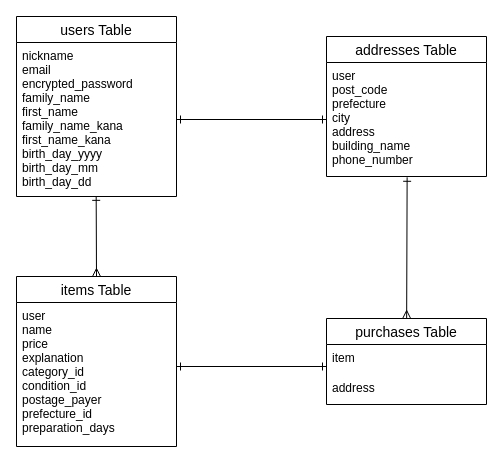
Above: app.dio in chiaki-taro/furima-40363 (draw.io), before the change. Source tidied: cells renumbered, new cells numbered last; positions are measured from the earlier drawing's top-left corner, leaving out a move shared by most shapes. Both pictures are drawn from the tidied source at 100%, with x=0, y=0 at pixel (16, 16).
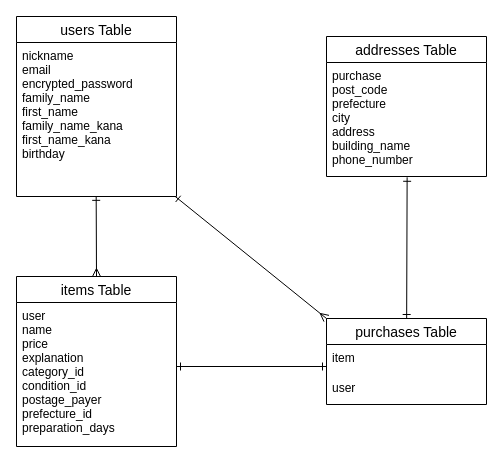
After the change.

The edit, as a diff of the source:
```diff
@@
 <mxGraphModel>
   <root>
     <mxCell id="0" />
     <mxCell id="1" parent="0" />
     <mxCell id="2" value="users Table" style="swimlane;fontStyle=0;horizontal=1;startSize=26;align=center;fontSize=14;" parent="1" vertex="1">
       <mxGeometry width="160" height="180" as="geometry" />
     </mxCell>
-    <mxCell id="3" value="nickname&#10;email&#10;encrypted_password&#10;family_name&#10;first_name&#10;family_name_kana&#10;first_name_kana&#10;birth_day_yyyy&#10;birth_day_mm&#10;birth_day_dd&#10;&#10;" style="text;strokeColor=none;fillColor=none;spacingLeft=4;spacingRight=4;overflow=hidden;points=[[0,0.5],[1,0.5]];portConstraint=eastwest;fontSize=12;" parent="2" vertex="1">
+    <mxCell id="3" value="nickname&#10;email&#10;encrypted_password&#10;family_name&#10;first_name&#10;family_name_kana&#10;first_name_kana&#10;birthday&#10;" style="text;strokeColor=none;fillColor=none;spacingLeft=4;spacingRight=4;overflow=hidden;points=[[0,0.5],[1,0.5]];portConstraint=eastwest;fontSize=12;" parent="2" vertex="1">
       <mxGeometry y="26" width="160" height="154" as="geometry" />
     </mxCell>
     <mxCell id="4" style="edgeStyle=none;html=1;endArrow=ERone;endFill=0;entryX=0.498;entryY=0.999;entryDx=0;entryDy=0;entryPerimeter=0;startArrow=ERmany;startFill=0;" parent="1" edge="1" target="3">
       <mxGeometry relative="1" as="geometry">
         <mxPoint x="80" y="260" as="sourcePoint" />
       </mxGeometry>
     </mxCell>
     <mxCell id="5" value="items Table" style="swimlane;fontStyle=0;horizontal=1;startSize=26;align=center;fontSize=14;" parent="1" vertex="1">
       <mxGeometry y="260" width="160" height="170" as="geometry" />
     </mxCell>
     <mxCell id="6" value="user&#10;name&#10;price&#10;explanation&#10;category_id&#10;condition_id&#10;postage_payer&#10;prefecture_id&#10;preparation_days&#10;" style="text;strokeColor=none;fillColor=none;spacingLeft=4;spacingRight=4;overflow=hidden;fontSize=12;rounded=1;" parent="5" vertex="1">
       <mxGeometry y="26" width="160" height="144" as="geometry" />
     </mxCell>
     <mxCell id="7" value="addresses Table" style="swimlane;fontStyle=0;horizontal=1;startSize=26;align=center;fontSize=14;rounded=0;" parent="1" vertex="1">
       <mxGeometry x="310" y="20" width="160" height="140" as="geometry" />
     </mxCell>
-    <mxCell id="8" value="user&#10;post_code&#10;prefecture&#10;city&#10;address&#10;building_name&#10;phone_number&#10;&#10;&#10;&#10;" style="text;strokeColor=none;fillColor=none;spacingLeft=4;spacingRight=4;overflow=hidden;points=[[0,0.5],[1,0.5]];portConstraint=eastwest;fontSize=12;rounded=1;" parent="7" vertex="1">
+    <mxCell id="8" value="purchase&#10;post_code&#10;prefecture&#10;city&#10;address&#10;building_name&#10;phone_number&#10;&#10;&#10;&#10;" style="text;strokeColor=none;fillColor=none;spacingLeft=4;spacingRight=4;overflow=hidden;points=[[0,0.5],[1,0.5]];portConstraint=eastwest;fontSize=12;rounded=1;" parent="7" vertex="1">
       <mxGeometry y="26" width="160" height="114" as="geometry" />
     </mxCell>
-    <mxCell id="9" style="edgeStyle=none;html=1;entryX=0.504;entryY=1.007;entryDx=0;entryDy=0;entryPerimeter=0;startArrow=ERmany;startFill=0;endArrow=ERone;endFill=0;" parent="1" edge="1" source="10" target="8">
+    <mxCell id="9" style="edgeStyle=none;html=1;entryX=0.504;entryY=1.007;entryDx=0;entryDy=0;entryPerimeter=0;startArrow=ERone;startFill=0;endArrow=ERone;endFill=0;" parent="1" edge="1" source="10" target="8">
       <mxGeometry relative="1" as="geometry" />
     </mxCell>
     <mxCell id="10" value="purchases Table" style="swimlane;fontStyle=0;horizontal=1;startSize=26;align=center;fontSize=14;rounded=0;" parent="1" vertex="1">
       <mxGeometry x="310" y="302" width="160" height="86" as="geometry" />
     </mxCell>
     <mxCell id="11" value="item" style="text;strokeColor=none;fillColor=none;spacingLeft=4;spacingRight=4;overflow=hidden;fontSize=12;rounded=0;" parent="10" vertex="1">
       <mxGeometry y="26" width="160" height="30" as="geometry" />
     </mxCell>
-    <mxCell id="12" value="address" style="text;strokeColor=none;fillColor=none;spacingLeft=4;spacingRight=4;overflow=hidden;fontSize=12;rounded=0;" parent="10" vertex="1">
+    <mxCell id="12" value="user" style="text;strokeColor=none;fillColor=none;spacingLeft=4;spacingRight=4;overflow=hidden;fontSize=12;rounded=0;" parent="10" vertex="1">
       <mxGeometry y="56" width="160" height="30" as="geometry" />
     </mxCell>
-    <mxCell id="13" style="edgeStyle=none;html=1;endArrow=ERone;endFill=0;startArrow=ERone;startFill=0;" parent="1" edge="1" source="3">
-      <mxGeometry relative="1" as="geometry">
-        <mxPoint x="310" y="103" as="targetPoint" />
-      </mxGeometry>
+    <mxCell id="13" style="edgeStyle=none;html=1;endArrow=ERmany;endFill=0;startArrow=ERone;startFill=0;entryX=0;entryY=0;entryDx=0;entryDy=0;exitX=0.991;exitY=0.999;exitDx=0;exitDy=0;exitPerimeter=0;" parent="1" edge="1" source="3" target="10">
+      <mxGeometry relative="1" as="geometry" />
     </mxCell>
     <mxCell id="14" style="edgeStyle=none;html=1;endArrow=ERone;endFill=0;startArrow=ERone;startFill=0;" parent="1" edge="1">
       <mxGeometry relative="1" as="geometry">
         <mxPoint x="160" y="350" as="sourcePoint" />
         <mxPoint x="310" y="350" as="targetPoint" />
       </mxGeometry>
     </mxCell>
   </root>
 </mxGraphModel>
```
